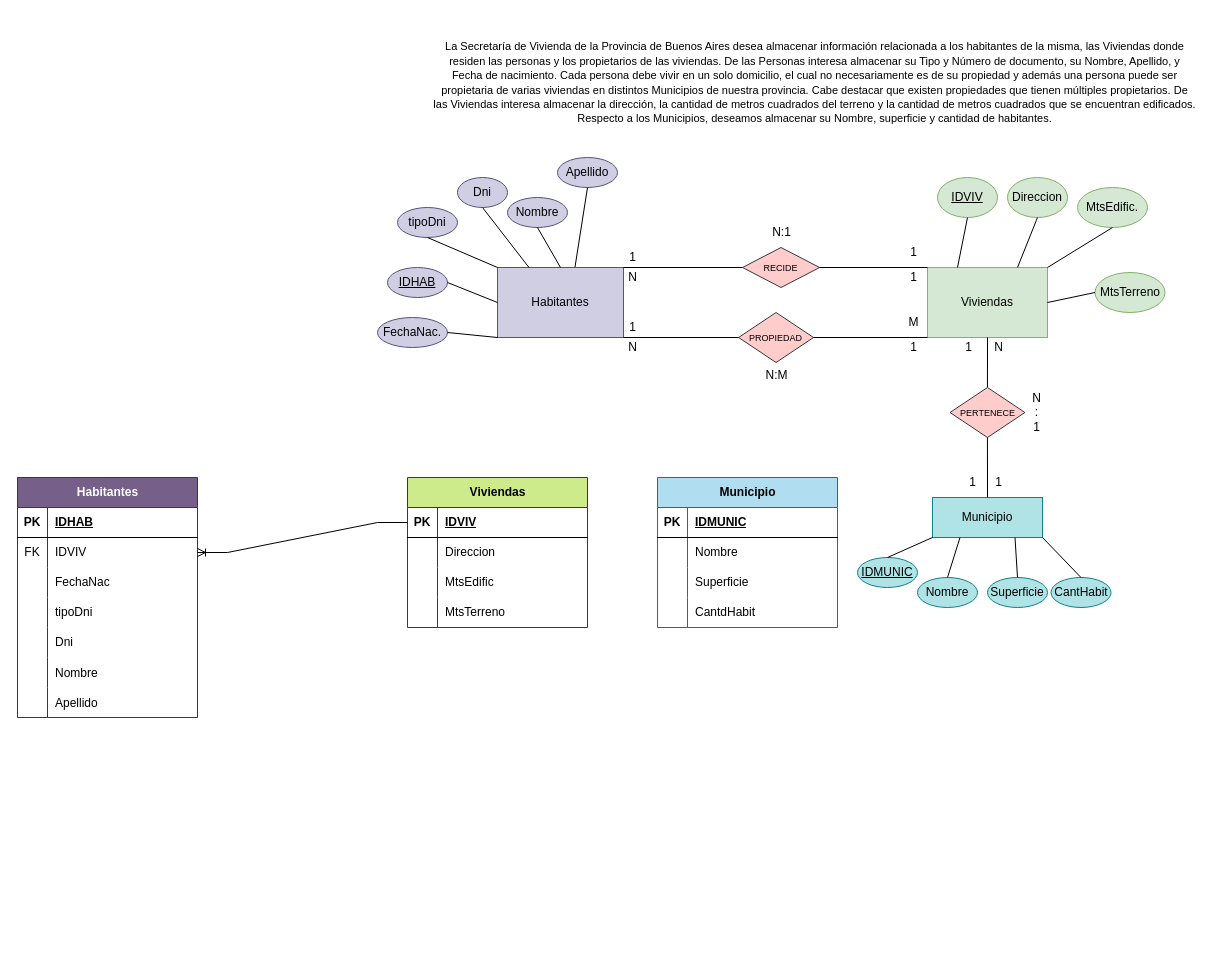
Before: EJERCICIO3ViviendasdelaProvincia.drawio in jesicaacosta/PracticasAutocadMedios1, a draw.io diagram. Source tidied: cells renumbered, new cells numbered last; positions are measured from the earlier drawing's top-left corner, leaving out a move shared by most shapes. Both pictures are drawn from the tidied source at 100%, with x=0, y=0 at pixel (17, 17).
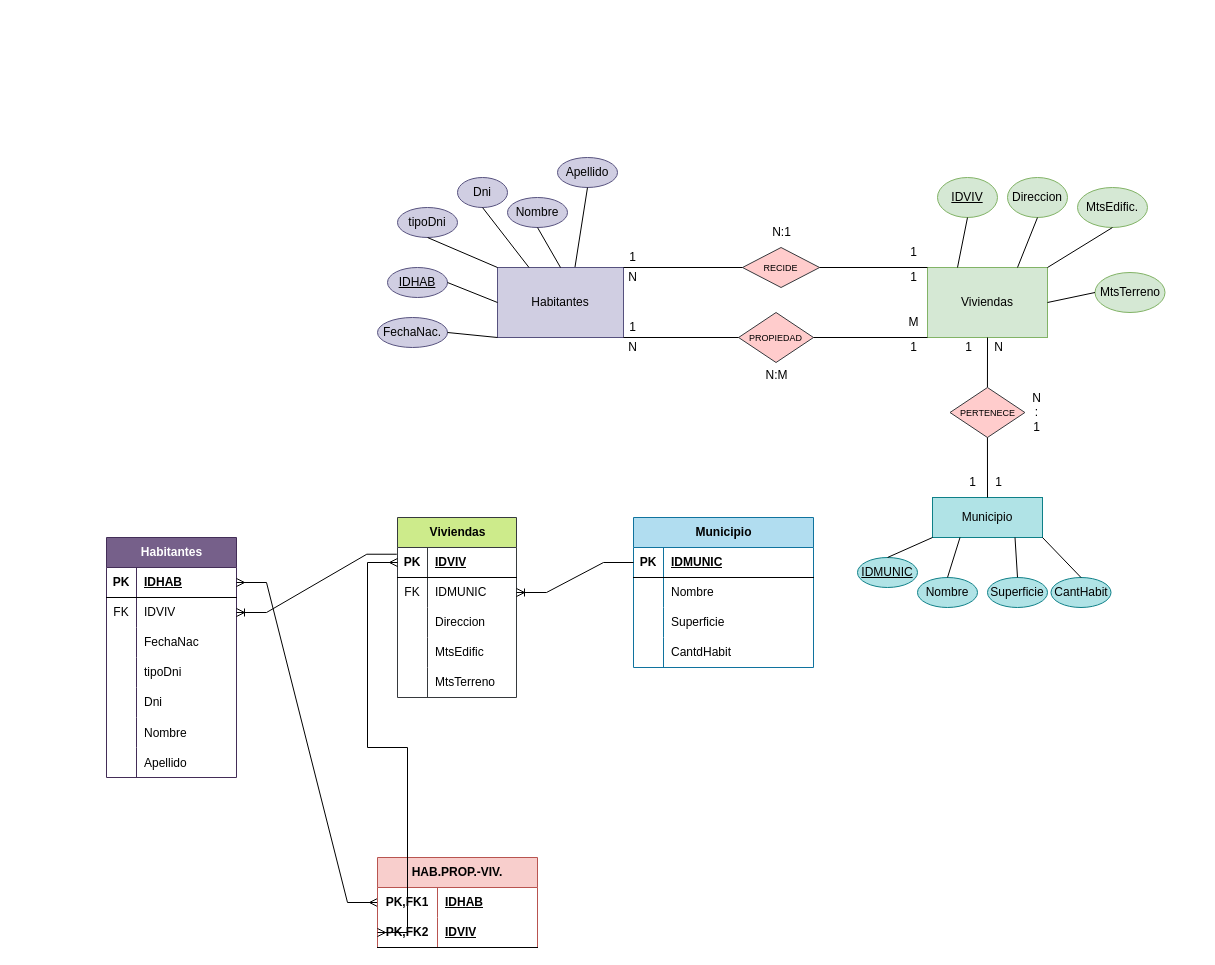
After the change.

The change refers to these unchanged cells:
```xml
<mxCell id="95" style="shape=tableRow;horizontal=0;startSize=0;swimlaneHead=0;swimlaneBody=0;fillColor=none;points=[[0,0.5],[1,0.5]];portConstraint=eastwest;top=0;left=0;right=0;bottom=1;" parent="94" vertex="1">
  <mxGeometry y="30" width="180" height="30" as="geometry" />
</mxCell>
```

Diff of the diagram source:
```diff
@@
-    <mxCell id="2" value="&lt;font style=&quot;font-size: 11px;&quot;&gt;La Secretaría de Vivienda de la Provincia de Buenos Aires desea almacenar información relacionada a los habitantes de la misma, las Viviendas donde residen las personas y los propietarios de las viviendas. De las Personas interesa almacenar su Tipo y Número de documento, su Nombre, Apellido, y Fecha de nacimiento. Cada persona debe vivir en un solo domicilio, el cual no necesariamente es de su propiedad y además una persona puede ser propietaria de varias viviendas en distintos Municipios de nuestra provincia. Cabe destacar que existen propiedades que tienen múltiples propietarios. De las Viviendas interesa almacenar la dirección, la cantidad de metros cuadrados del terreno y la cantidad de metros cuadrados que se encuentran edificados. Respecto a los Municipios, deseamos almacenar su Nombre, superficie y cantidad de habitantes.&lt;/font&gt;" style="text;html=1;align=center;verticalAlign=middle;whiteSpace=wrap;rounded=0;" parent="1" vertex="1">
-      <mxGeometry x="415" width="765" height="130" as="geometry" />
-    </mxCell>
@@
     <mxCell id="59" value="Habitantes" style="shape=table;startSize=30;childLayout=tableLayout;rowLines=0;fontStyle=1;align=center;html=1;fillColor=#76608a;fontColor=#ffffff;strokeColor=#432D57;" parent="1" vertex="1">
-      <mxGeometry y="460" width="180" height="240" as="geometry" />
+      <mxGeometry x="89" y="520" width="130" height="240" as="geometry" />
     </mxCell>
     <mxCell id="60" style="shape=tableRow;horizontal=0;startSize=0;swimlaneHead=0;swimlaneBody=0;fillColor=none;points=[[0,0.5],[1,0.5]];portConstraint=eastwest;top=0;left=0;right=0;bottom=1;" parent="59" vertex="1">
-      <mxGeometry y="30" width="180" height="30" as="geometry" />
+      <mxGeometry y="30" width="130" height="30" as="geometry" />
     </mxCell>
@@
     <mxCell id="62" value="IDHAB" style="shape=partialRectangle;fillColor=none;top=0;left=0;bottom=0;right=0;align=left;spacingLeft=6;fontStyle=5;overflow=hidden;whiteSpace=wrap;html=1;" parent="60" vertex="1">
-      <mxGeometry x="30" width="150" height="30" as="geometry" />
+      <mxGeometry x="30" width="100" height="30" as="geometry" />
     </mxCell>
     <mxCell id="63" style="shape=tableRow;horizontal=0;startSize=0;swimlaneHead=0;swimlaneBody=0;fillColor=none;points=[[0,0.5],[1,0.5]];portConstraint=eastwest;top=0;left=0;right=0;bottom=0;" parent="59" vertex="1">
-      <mxGeometry y="60" width="180" height="30" as="geometry" />
+      <mxGeometry y="60" width="130" height="30" as="geometry" />
     </mxCell>
@@
     <mxCell id="65" value="IDVIV" style="shape=partialRectangle;fillColor=none;top=0;left=0;bottom=0;right=0;align=left;spacingLeft=6;fontStyle=0;overflow=hidden;whiteSpace=wrap;html=1;" parent="63" vertex="1">
-      <mxGeometry x="30" width="150" height="30" as="geometry" />
+      <mxGeometry x="30" width="100" height="30" as="geometry" />
     </mxCell>
     <mxCell id="66" style="shape=tableRow;horizontal=0;startSize=0;swimlaneHead=0;swimlaneBody=0;fillColor=none;top=0;left=0;right=0;bottom=0;" parent="59" vertex="1">
-      <mxGeometry y="90" width="180" height="30" as="geometry" />
+      <mxGeometry y="90" width="130" height="30" as="geometry" />
     </mxCell>
@@
     <mxCell id="68" value="FechaNac" style="shape=partialRectangle;fillColor=none;top=0;left=0;bottom=0;right=0;align=left;spacingLeft=6;overflow=hidden;whiteSpace=wrap;html=1;" parent="66" vertex="1">
-      <mxGeometry x="30" width="150" height="30" as="geometry" />
+      <mxGeometry x="30" width="100" height="30" as="geometry" />
     </mxCell>
     <mxCell id="69" style="shape=tableRow;horizontal=0;startSize=0;swimlaneHead=0;swimlaneBody=0;fillColor=none;top=0;left=0;right=0;bottom=0;" parent="59" vertex="1">
-      <mxGeometry y="120" width="180" height="30" as="geometry" />
+      <mxGeometry y="120" width="130" height="30" as="geometry" />
     </mxCell>
@@
     <mxCell id="71" value="tipoDni" style="shape=partialRectangle;fillColor=none;top=0;left=0;bottom=0;right=0;align=left;spacingLeft=6;overflow=hidden;whiteSpace=wrap;html=1;" parent="69" vertex="1">
-      <mxGeometry x="30" width="150" height="30" as="geometry" />
+      <mxGeometry x="30" width="100" height="30" as="geometry" />
     </mxCell>
     <mxCell id="72" style="shape=tableRow;horizontal=0;startSize=0;swimlaneHead=0;swimlaneBody=0;fillColor=none;top=0;left=0;right=0;bottom=0;" parent="59" vertex="1">
-      <mxGeometry y="150" width="180" height="30" as="geometry" />
+      <mxGeometry y="150" width="130" height="30" as="geometry" />
     </mxCell>
@@
     <mxCell id="74" value="Dni" style="shape=partialRectangle;fillColor=none;top=0;left=0;bottom=0;right=0;align=left;spacingLeft=6;overflow=hidden;whiteSpace=wrap;html=1;" parent="72" vertex="1">
-      <mxGeometry x="30" width="150" height="30" as="geometry" />
+      <mxGeometry x="30" width="100" height="30" as="geometry" />
     </mxCell>
     <mxCell id="75" style="shape=tableRow;horizontal=0;startSize=0;swimlaneHead=0;swimlaneBody=0;fillColor=none;top=0;left=0;right=0;bottom=0;" parent="59" vertex="1">
-      <mxGeometry y="180" width="180" height="30" as="geometry" />
+      <mxGeometry y="180" width="130" height="30" as="geometry" />
     </mxCell>
@@
     <mxCell id="77" value="Nombre" style="shape=partialRectangle;fillColor=none;top=0;left=0;bottom=0;right=0;align=left;spacingLeft=6;overflow=hidden;" parent="75" vertex="1">
-      <mxGeometry x="30" width="150" height="30" as="geometry" />
+      <mxGeometry x="30" width="100" height="30" as="geometry" />
     </mxCell>
     <mxCell id="78" style="shape=tableRow;horizontal=0;startSize=0;swimlaneHead=0;swimlaneBody=0;fillColor=none;top=0;left=0;right=0;bottom=0;" parent="59" vertex="1">
-      <mxGeometry y="210" width="180" height="30" as="geometry" />
+      <mxGeometry y="210" width="130" height="30" as="geometry" />
     </mxCell>
@@
     <mxCell id="80" value="Apellido" style="shape=partialRectangle;fillColor=none;top=0;left=0;bottom=0;right=0;align=left;spacingLeft=6;overflow=hidden;" parent="78" vertex="1">
-      <mxGeometry x="30" width="150" height="30" as="geometry" />
+      <mxGeometry x="30" width="100" height="30" as="geometry" />
     </mxCell>
     <mxCell id="81" value="Viviendas" style="shape=table;startSize=30;childLayout=tableLayout;rowLines=0;fontStyle=1;align=center;html=1;fillColor=#cdeb8b;strokeColor=#36393d;" parent="1" vertex="1">
-      <mxGeometry x="390" y="460" width="180" height="150" as="geometry" />
+      <mxGeometry x="380" y="500" width="119" height="180" as="geometry" />
     </mxCell>
     <mxCell id="82" style="shape=tableRow;horizontal=0;startSize=0;swimlaneHead=0;swimlaneBody=0;fillColor=none;points=[[0,0.5],[1,0.5]];portConstraint=eastwest;top=0;left=0;right=0;bottom=1;" parent="81" vertex="1">
-      <mxGeometry y="30" width="180" height="30" as="geometry" />
+      <mxGeometry y="30" width="119" height="30" as="geometry" />
     </mxCell>
@@
     <mxCell id="84" value="IDVIV" style="shape=partialRectangle;fillColor=none;top=0;left=0;bottom=0;right=0;align=left;spacingLeft=6;fontStyle=5;overflow=hidden;whiteSpace=wrap;html=1;" parent="82" vertex="1">
-      <mxGeometry x="30" width="150" height="30" as="geometry" />
+      <mxGeometry x="30" width="89" height="30" as="geometry" />
     </mxCell>
+    <mxCell id="108" style="shape=tableRow;horizontal=0;startSize=0;swimlaneHead=0;swimlaneBody=0;fillColor=none;points=[[0,0.5],[1,0.5]];portConstraint=eastwest;top=0;left=0;right=0;bottom=0;" parent="81" vertex="1">
+      <mxGeometry y="60" width="119" height="30" as="geometry" />
+    </mxCell>
+    <mxCell id="109" value="FK" style="shape=partialRectangle;fillColor=none;top=0;left=0;bottom=0;right=0;fontStyle=0;overflow=hidden;whiteSpace=wrap;html=1;" parent="108" vertex="1">
+      <mxGeometry width="30" height="30" as="geometry" />
+    </mxCell>
+    <mxCell id="110" value="IDMUNIC" style="shape=partialRectangle;fillColor=none;top=0;left=0;bottom=0;right=0;align=left;spacingLeft=6;fontStyle=0;overflow=hidden;whiteSpace=wrap;html=1;" parent="108" vertex="1">
+      <mxGeometry x="30" width="89" height="30" as="geometry" />
+    </mxCell>
     <mxCell id="85" style="shape=tableRow;horizontal=0;startSize=0;swimlaneHead=0;swimlaneBody=0;fillColor=none;top=0;left=0;right=0;bottom=0;" parent="81" vertex="1">
-      <mxGeometry y="60" width="180" height="30" as="geometry" />
+      <mxGeometry y="90" width="119" height="30" as="geometry" />
     </mxCell>
@@
     <mxCell id="87" value="Direccion" style="shape=partialRectangle;fillColor=none;top=0;left=0;bottom=0;right=0;align=left;spacingLeft=6;overflow=hidden;whiteSpace=wrap;html=1;" parent="85" vertex="1">
-      <mxGeometry x="30" width="150" height="30" as="geometry" />
+      <mxGeometry x="30" width="89" height="30" as="geometry" />
     </mxCell>
     <mxCell id="88" style="shape=tableRow;horizontal=0;startSize=0;swimlaneHead=0;swimlaneBody=0;fillColor=none;top=0;left=0;right=0;bottom=0;" parent="81" vertex="1">
-      <mxGeometry y="90" width="180" height="30" as="geometry" />
+      <mxGeometry y="120" width="119" height="30" as="geometry" />
     </mxCell>
@@
     <mxCell id="90" value="MtsEdific" style="shape=partialRectangle;fillColor=none;top=0;left=0;bottom=0;right=0;align=left;spacingLeft=6;overflow=hidden;whiteSpace=wrap;html=1;" parent="88" vertex="1">
-      <mxGeometry x="30" width="150" height="30" as="geometry" />
+      <mxGeometry x="30" width="89" height="30" as="geometry" />
     </mxCell>
     <mxCell id="91" style="shape=tableRow;horizontal=0;startSize=0;swimlaneHead=0;swimlaneBody=0;fillColor=none;top=0;left=0;right=0;bottom=0;" parent="81" vertex="1">
-      <mxGeometry y="120" width="180" height="30" as="geometry" />
+      <mxGeometry y="150" width="119" height="30" as="geometry" />
     </mxCell>
@@
     <mxCell id="93" value="MtsTerreno" style="shape=partialRectangle;fillColor=none;top=0;left=0;bottom=0;right=0;align=left;spacingLeft=6;overflow=hidden;whiteSpace=wrap;html=1;" parent="91" vertex="1">
-      <mxGeometry x="30" width="150" height="30" as="geometry" />
+      <mxGeometry x="30" width="89" height="30" as="geometry" />
     </mxCell>
     <mxCell id="94" value="Municipio" style="shape=table;startSize=30;childLayout=tableLayout;rowLines=0;fontStyle=1;align=center;html=1;fillColor=#b1ddf0;strokeColor=#10739e;" parent="1" vertex="1">
-      <mxGeometry x="640" y="460" width="180" height="150" as="geometry" />
+      <mxGeometry x="616" y="500" width="180" height="150" as="geometry" />
     </mxCell>
@@
-    <mxCell id="107" style="edgeStyle=entityRelationEdgeStyle;fontSize=12;html=1;endArrow=ERoneToMany;rounded=0;entryX=1;entryY=0.5;entryDx=0;entryDy=0;exitX=0;exitY=0.5;exitDx=0;exitDy=0;" parent="1" edge="1" source="82" target="63">
+    <mxCell id="107" style="edgeStyle=entityRelationEdgeStyle;fontSize=12;html=1;endArrow=ERoneToMany;rounded=0;entryX=1;entryY=0.5;entryDx=0;entryDy=0;exitX=-0.006;exitY=0.224;exitDx=0;exitDy=0;exitPerimeter=0;" parent="1" edge="1" source="82" target="63">
       <mxGeometry relative="1" as="geometry" />
     </mxCell>
+    <mxCell id="111" style="edgeStyle=entityRelationEdgeStyle;fontSize=12;html=1;endArrow=ERmany;startArrow=ERmany;rounded=0;exitX=1;exitY=0.5;exitDx=0;exitDy=0;entryX=0;entryY=0.5;entryDx=0;entryDy=0;" parent="1" edge="1" source="60" target="113">
+      <mxGeometry relative="1" as="geometry" />
+    </mxCell>
+    <mxCell id="112" value="HAB.PROP.-VIV." style="shape=table;startSize=30;childLayout=tableLayout;rowLines=0;fontStyle=1;align=center;html=1;whiteSpace=wrap;fillColor=#f8cecc;strokeColor=#b85450;" parent="1" vertex="1">
+      <mxGeometry x="360" y="840" width="160" height="90" as="geometry" />
+    </mxCell>
+    <mxCell id="113" style="shape=tableRow;horizontal=0;startSize=0;swimlaneHead=0;swimlaneBody=0;fillColor=none;points=[[0,0.5],[1,0.5]];portConstraint=eastwest;top=0;left=0;right=0;bottom=0;html=1;" parent="112" vertex="1">
+      <mxGeometry y="30" width="160" height="30" as="geometry" />
+    </mxCell>
+    <mxCell id="114" value="PK,FK1" style="shape=partialRectangle;fillColor=none;top=0;left=0;bottom=0;right=0;fontStyle=1;overflow=hidden;html=1;whiteSpace=wrap;" parent="113" vertex="1">
+      <mxGeometry width="60" height="30" as="geometry" />
+    </mxCell>
+    <mxCell id="115" value="IDHAB" style="shape=partialRectangle;fillColor=none;top=0;left=0;bottom=0;right=0;align=left;spacingLeft=6;fontStyle=5;overflow=hidden;html=1;whiteSpace=wrap;" parent="113" vertex="1">
+      <mxGeometry x="60" width="100" height="30" as="geometry" />
+    </mxCell>
+    <mxCell id="116" style="shape=tableRow;horizontal=0;startSize=0;swimlaneHead=0;swimlaneBody=0;fillColor=none;points=[[0,0.5],[1,0.5]];portConstraint=eastwest;top=0;left=0;right=0;bottom=1;html=1;" parent="112" vertex="1">
+      <mxGeometry y="60" width="160" height="30" as="geometry" />
+    </mxCell>
+    <mxCell id="117" value="PK,FK2" style="shape=partialRectangle;fillColor=none;top=0;left=0;bottom=0;right=0;fontStyle=1;overflow=hidden;html=1;whiteSpace=wrap;" parent="116" vertex="1">
+      <mxGeometry width="60" height="30" as="geometry" />
+    </mxCell>
+    <mxCell id="118" value="IDVIV" style="shape=partialRectangle;fillColor=none;top=0;left=0;bottom=0;right=0;align=left;spacingLeft=6;fontStyle=5;overflow=hidden;html=1;whiteSpace=wrap;" parent="116" vertex="1">
+      <mxGeometry x="60" width="100" height="30" as="geometry" />
+    </mxCell>
+    <mxCell id="119" style="edgeStyle=entityRelationEdgeStyle;fontSize=12;html=1;endArrow=ERmany;startArrow=ERmany;rounded=0;exitX=0;exitY=0.5;exitDx=0;exitDy=0;entryX=0;entryY=0.5;entryDx=0;entryDy=0;" parent="1" edge="1" source="82" target="116">
+      <mxGeometry relative="1" as="geometry">
+        <Array as="points">
+          <mxPoint x="359" y="640" />
+        </Array>
+      </mxGeometry>
+    </mxCell>
+    <mxCell id="120" style="edgeStyle=entityRelationEdgeStyle;fontSize=12;html=1;endArrow=ERoneToMany;rounded=0;entryX=1;entryY=0.5;entryDx=0;entryDy=0;exitX=0;exitY=0.5;exitDx=0;exitDy=0;" parent="1" edge="1" source="95" target="108">
+      <mxGeometry relative="1" as="geometry" />
+    </mxCell>
```
